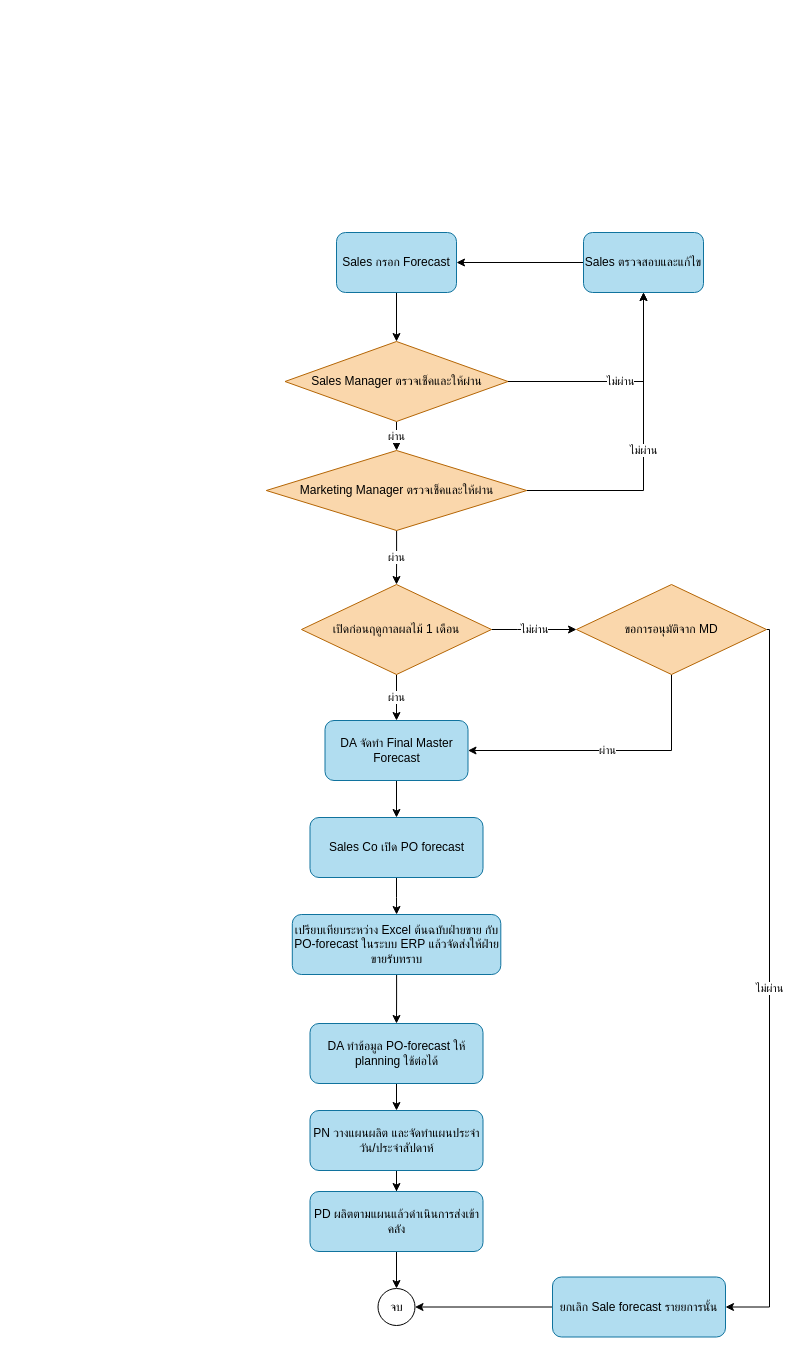
The draw.io diagram Untitled Diagram.drawio in KitakanWiset/skills-introduction-to-github, before the edit. Source tidied: cells renumbered, new cells numbered last; positions are measured from the earlier drawing's top-left corner, leaving out a move shared by most shapes. Both pictures are drawn from the tidied source at 100%, with x=0, y=0 at pixel (266, 232).
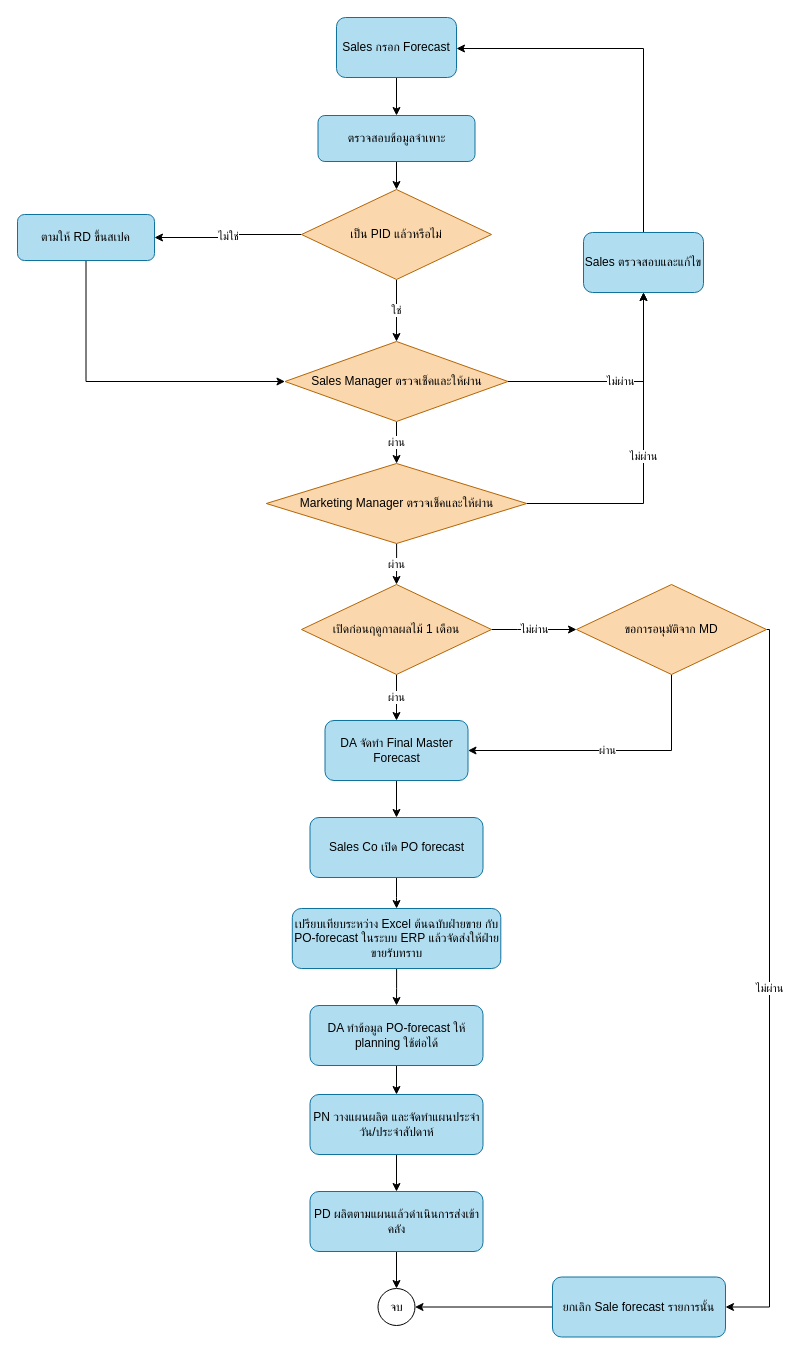
Above is the later version.

Unchanged cells that the change refers to:
```xml
<mxCell id="5" value="Sales Manager ตรวจเช็คและให้ผ่าน" style="rhombus;whiteSpace=wrap;html=1;fillColor=#fad7ac;strokeColor=#b46504;" parent="1" vertex="1">
  <mxGeometry x="18.5" y="109" width="223" height="80" as="geometry" />
</mxCell>
<mxCell id="17" value="&lt;span style=&quot;&quot;&gt;Sales ตรวจสอบและแก้ไข&lt;/span&gt;" style="rounded=1;whiteSpace=wrap;html=1;fillColor=#b1ddf0;strokeColor=#10739e;fontColor=default;" parent="1" vertex="1">
  <mxGeometry x="317" width="120" height="60" as="geometry" />
</mxCell>
```

Diff of the diagram source:
```diff
@@
     <mxCell id="8" value="Marketing Manager ตรวจเช็คและให้ผ่าน" style="rhombus;whiteSpace=wrap;html=1;fillColor=#fad7ac;strokeColor=#b46504;" parent="1" vertex="1">
-      <mxGeometry x="-0.2" y="218" width="260.5" height="80" as="geometry" />
+      <mxGeometry x="-0.2" y="231" width="260.5" height="80" as="geometry" />
     </mxCell>
@@
-    <mxCell id="12" style="edgeStyle=orthogonalEdgeStyle;rounded=0;jettySize=auto;html=1;" parent="1" edge="1" source="13" target="5">
-      <mxGeometry relative="1" as="geometry" />
-    </mxCell>
+    <mxCell id="34" style="edgeStyle=orthogonalEdgeStyle;rounded=0;jettySize=auto;html=1;entryX=0.5;entryY=0;entryDx=0;entryDy=0;" parent="1" edge="1" source="13" target="36">
+      <mxGeometry relative="1" as="geometry" />
+    </mxCell>
     <mxCell id="13" value="&lt;span style=&quot;&quot;&gt;Sales กรอก Forecast&lt;/span&gt;" style="rounded=1;whiteSpace=wrap;html=1;fillColor=#b1ddf0;strokeColor=#10739e;" parent="1" vertex="1">
-      <mxGeometry x="70" width="120" height="60" as="geometry" />
+      <mxGeometry x="70" y="-215" width="120" height="60" as="geometry" />
     </mxCell>
@@
     <mxCell id="16" style="edgeStyle=orthogonalEdgeStyle;rounded=0;jettySize=auto;html=1;" parent="1" edge="1" source="17" target="13">
-      <mxGeometry relative="1" as="geometry" />
+      <mxGeometry relative="1" as="geometry">
+        <Array as="points">
+          <mxPoint x="377" y="-184" />
+        </Array>
+      </mxGeometry>
     </mxCell>
@@
     <mxCell id="24" value="DA ทำข้อมูล PO-forecast ให้ planning ใช้ต่อได้" style="rounded=1;whiteSpace=wrap;html=1;fillColor=#b1ddf0;strokeColor=#10739e;fontColor=default;" parent="1" vertex="1">
-      <mxGeometry x="43.5" y="791" width="173" height="60" as="geometry" />
+      <mxGeometry x="43.5" y="773" width="173" height="60" as="geometry" />
     </mxCell>
@@
     <mxCell id="26" value="PN วางแผนผลิต และจัดทำแผนประจำวัน/ประจำสัปดาห์" style="rounded=1;whiteSpace=wrap;html=1;fillColor=#b1ddf0;strokeColor=#10739e;fontColor=default;" parent="1" vertex="1">
-      <mxGeometry x="43.5" y="878" width="173" height="60" as="geometry" />
+      <mxGeometry x="43.5" y="862" width="173" height="60" as="geometry" />
     </mxCell>
@@
-    <mxCell id="31" value="ยกเลิก Sale forecast รายยการนั้น" style="rounded=1;whiteSpace=wrap;html=1;fillColor=#b1ddf0;strokeColor=#10739e;fontColor=default;" parent="1" vertex="1">
+    <mxCell id="31" value="ยกเลิก Sale forecast ราย&lt;span style=&quot;background-color: transparent; color: light-dark(rgb(0, 0, 0), rgb(255, 255, 255));&quot;&gt;การนั้น&lt;/span&gt;" style="rounded=1;whiteSpace=wrap;html=1;fillColor=#b1ddf0;strokeColor=#10739e;fontColor=default;" parent="1" vertex="1">
       <mxGeometry x="286" y="1044.5" width="173" height="60" as="geometry" />
     </mxCell>
@@
     <mxCell id="33" value="เปรียบเทียบระหว่าง Excel ต้นฉบับฝ่ายขาย กับ PO-forecast ในระบบ ERP แล้วจัดส่งให้ฝ่ายขายรับทราบ" style="rounded=1;whiteSpace=wrap;html=1;fillColor=#b1ddf0;strokeColor=#10739e;fontColor=default;" parent="1" vertex="1">
-      <mxGeometry x="25.8" y="682" width="208.5" height="60" as="geometry" />
+      <mxGeometry x="25.8" y="676" width="208.5" height="60" as="geometry" />
     </mxCell>
+    <mxCell id="35" style="edgeStyle=orthogonalEdgeStyle;rounded=0;jettySize=auto;html=1;" parent="1" edge="1" source="36" target="39">
+      <mxGeometry relative="1" as="geometry" />
+    </mxCell>
+    <mxCell id="36" value="ตรวจสอบข้อมูลจำเพาะ" style="whiteSpace=wrap;html=1;fillColor=#b1ddf0;strokeColor=#10739e;rounded=1;fontSize=12;" parent="1" vertex="1">
+      <mxGeometry x="51.5" y="-117" width="157" height="46" as="geometry" />
+    </mxCell>
+    <mxCell id="37" value="ไม่ใช่" style="edgeStyle=orthogonalEdgeStyle;rounded=0;jettySize=auto;html=1;entryX=1;entryY=0.5;entryDx=0;entryDy=0;" parent="1" edge="1" source="39" target="41">
+      <mxGeometry relative="1" as="geometry" />
+    </mxCell>
+    <mxCell id="38" value="ใช่" style="edgeStyle=orthogonalEdgeStyle;rounded=0;jettySize=auto;html=1;" parent="1" edge="1" source="39" target="5">
+      <mxGeometry relative="1" as="geometry" />
+    </mxCell>
+    <mxCell id="39" value="เป็น PID แล้วหรือไม่" style="rhombus;whiteSpace=wrap;html=1;fillColor=#fad7ac;strokeColor=#b46504;" parent="1" vertex="1">
+      <mxGeometry x="35" y="-43" width="190" height="90" as="geometry" />
+    </mxCell>
+    <mxCell id="40" style="edgeStyle=orthogonalEdgeStyle;rounded=0;jettySize=auto;html=1;" parent="1" edge="1" source="41" target="5">
+      <mxGeometry relative="1" as="geometry">
+        <Array as="points">
+          <mxPoint x="-180" y="149" />
+        </Array>
+      </mxGeometry>
+    </mxCell>
+    <mxCell id="41" value="ตามให้ RD ขึ้นสเปค" style="whiteSpace=wrap;html=1;fillColor=#b1ddf0;strokeColor=#10739e;rounded=1;fontSize=12;" parent="1" vertex="1">
+      <mxGeometry x="-249" y="-18" width="137" height="46" as="geometry" />
+    </mxCell>
```
